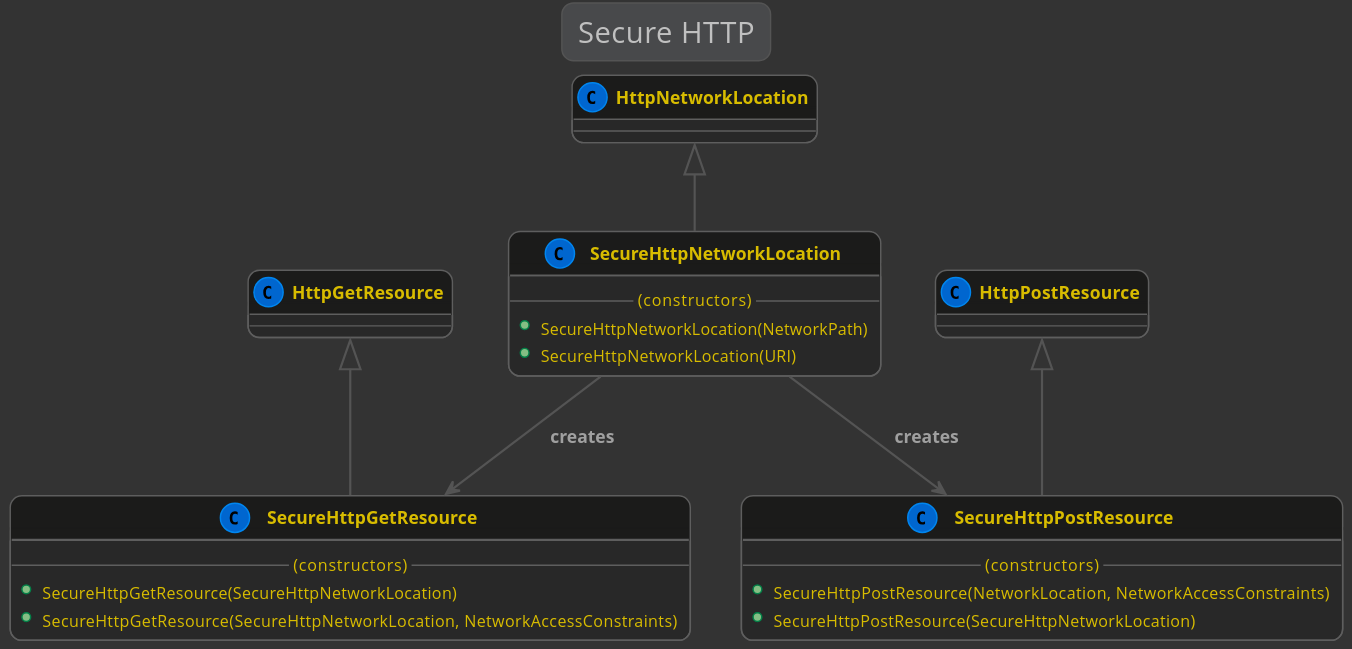
This is docs/1.10.0/lexakai/kivakit-network/http/documentation/diagrams/diagram-https.svg from Telenav/kivakit-assets, a PlantUML export, as it was before one commit. Source of this version:
```plantuml
@startuml

    !include lexakai.theme

    title "Secure HTTP"

    HttpGetResource <|-- SecureHttpGetResource
    class SecureHttpGetResource
    {
        --(constructors)--
        +SecureHttpGetResource(SecureHttpNetworkLocation)
        +SecureHttpGetResource(SecureHttpNetworkLocation, NetworkAccessConstraints)
    }

    HttpNetworkLocation <|-- SecureHttpNetworkLocation
    SecureHttpNetworkLocation --> SecureHttpGetResource : "creates"
    SecureHttpNetworkLocation --> SecureHttpPostResource : "creates"
    class SecureHttpNetworkLocation
    {
        --(constructors)--
        +SecureHttpNetworkLocation(NetworkPath)
        +SecureHttpNetworkLocation(URI)
    }

    HttpPostResource <|-- SecureHttpPostResource
    class SecureHttpPostResource
    {
        --(constructors)--
        +SecureHttpPostResource(NetworkLocation, NetworkAccessConstraints)
        +SecureHttpPostResource(SecureHttpNetworkLocation)
    }

@enduml
```
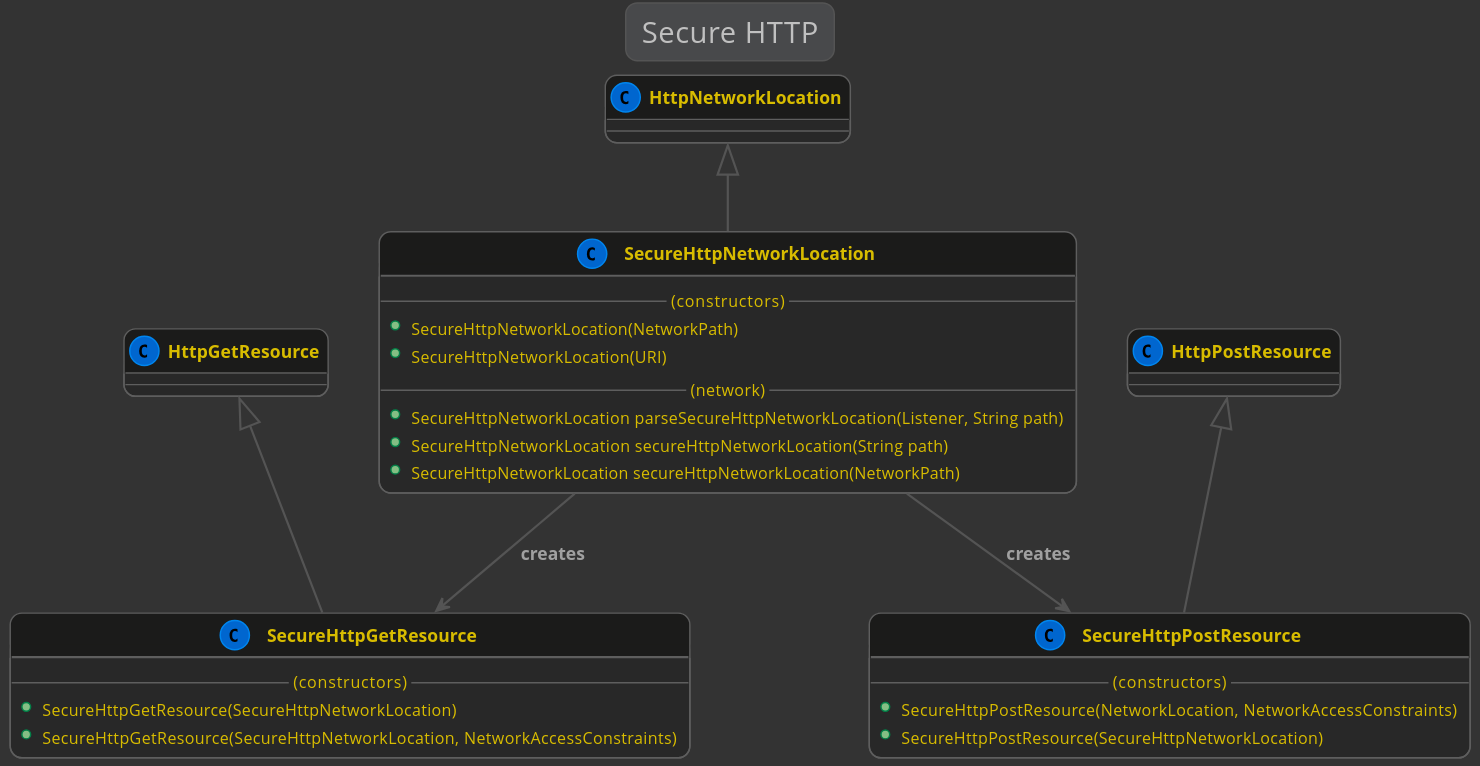
Later version of the same file.

Diff of the diagram source:
```diff
@@ -20,6 +20,10 @@
         --(constructors)--
         +SecureHttpNetworkLocation(NetworkPath)
         +SecureHttpNetworkLocation(URI)
+        --(network)--
+        +SecureHttpNetworkLocation parseSecureHttpNetworkLocation(Listener, String path)
+        +SecureHttpNetworkLocation secureHttpNetworkLocation(String path)
+        +SecureHttpNetworkLocation secureHttpNetworkLocation(NetworkPath)
     }
 
     HttpPostResource <|-- SecureHttpPostResource
```
